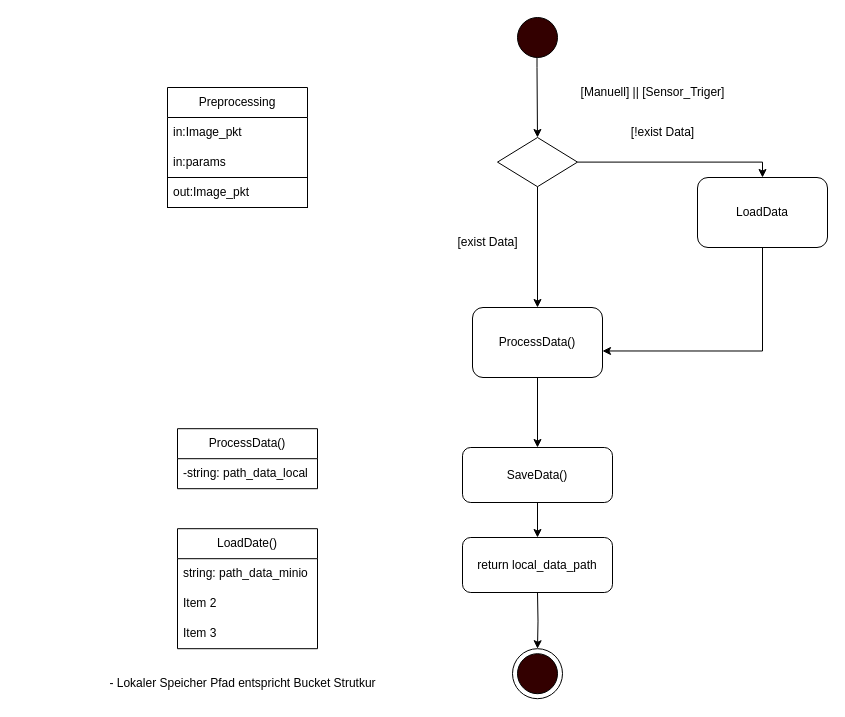
Above: page "Preprocessing" (4 of 13) of Segmentierung.drawio in aquamas/diagrams (draw.io), before the change. Source tidied: cells renumbered, new cells numbered last; positions are measured from the earlier drawing's top-left corner, leaving out a move shared by most shapes. Both pictures are drawn from the tidied source at 100%, with x=0, y=0 at pixel (97, 17).
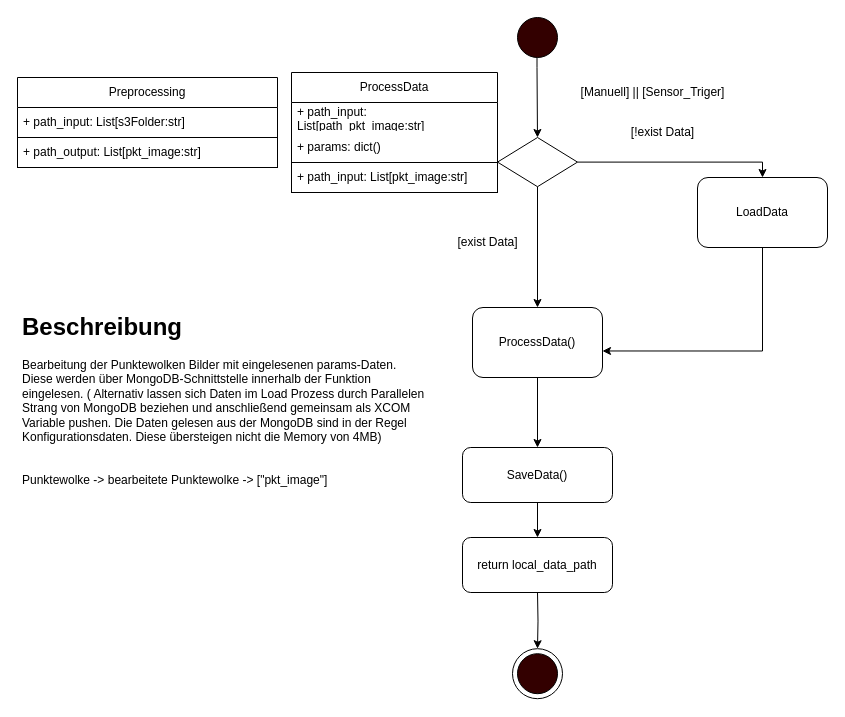
The same page after the edit.

Diff of the diagram source:
```diff
@@
-    <mxCell id="13" value="ProcessData()" style="swimlane;fontStyle=0;horizontal=1;startSize=30;whiteSpace=wrap;html=1;" parent="1" vertex="1">
-      <mxGeometry x="80" y="411.2" width="140" height="60" as="geometry" />
-    </mxCell>
-    <mxCell id="14" value="-string: path_data_local" style="text;strokeColor=none;fillColor=none;align=left;verticalAlign=middle;spacingLeft=4;spacingRight=4;overflow=hidden;whiteSpace=wrap;html=1;" parent="13" vertex="1">
-      <mxGeometry y="30" width="140" height="30" as="geometry" />
-    </mxCell>
@@
-    <mxCell id="16" value="LoadDate()" style="swimlane;fontStyle=0;horizontal=1;startSize=30;whiteSpace=wrap;html=1;" parent="1" vertex="1">
-      <mxGeometry x="80" y="511.2" width="140" height="120" as="geometry" />
-    </mxCell>
-    <mxCell id="17" value="string: path_data_minio" style="text;strokeColor=none;fillColor=none;align=left;verticalAlign=middle;spacingLeft=4;spacingRight=4;overflow=hidden;whiteSpace=wrap;html=1;" parent="16" vertex="1">
-      <mxGeometry y="30" width="140" height="30" as="geometry" />
-    </mxCell>
-    <mxCell id="18" value="Item 2" style="text;strokeColor=none;fillColor=none;align=left;verticalAlign=middle;spacingLeft=4;spacingRight=4;overflow=hidden;whiteSpace=wrap;html=1;" parent="16" vertex="1">
-      <mxGeometry y="60" width="140" height="30" as="geometry" />
-    </mxCell>
-    <mxCell id="19" value="Item 3" style="text;strokeColor=none;fillColor=none;align=left;verticalAlign=middle;spacingLeft=4;spacingRight=4;overflow=hidden;whiteSpace=wrap;html=1;" parent="16" vertex="1">
-      <mxGeometry y="90" width="140" height="30" as="geometry" />
-    </mxCell>
-    <mxCell id="20" value="- Lokaler Speicher Pfad entspricht Bucket Strutkur" style="text;html=1;align=center;verticalAlign=middle;strokeColor=none;fillColor=none;" parent="1" vertex="1">
-      <mxGeometry y="651.2" width="290" height="30" as="geometry" />
-    </mxCell>
@@
     <mxCell id="27" value="Preprocessing" style="swimlane;fontStyle=0;horizontal=1;startSize=30;whiteSpace=wrap;html=1;" parent="1" vertex="1">
-      <mxGeometry x="70" y="70" width="140" height="120" as="geometry" />
+      <mxGeometry x="-80" y="60" width="260" height="90" as="geometry" />
     </mxCell>
-    <mxCell id="28" value="in:Image_pkt" style="text;align=left;verticalAlign=middle;spacingLeft=4;spacingRight=4;overflow=hidden;whiteSpace=wrap;html=1;strokeWidth=1;imageAspect=1;strokeColor=none;perimeterSpacing=0;shadow=0;" parent="27" vertex="1">
-      <mxGeometry y="30" width="140" height="30" as="geometry" />
+    <mxCell id="28" value="+ path_input: List[s3Folder:str]" style="text;align=left;verticalAlign=middle;spacingLeft=4;spacingRight=4;overflow=hidden;whiteSpace=wrap;html=1;strokeWidth=1;imageAspect=1;strokeColor=none;perimeterSpacing=0;shadow=0;" parent="27" vertex="1">
+      <mxGeometry y="30" width="260" height="30" as="geometry" />
     </mxCell>
-    <mxCell id="29" value="in:params" style="text;align=left;verticalAlign=middle;spacingLeft=4;spacingRight=4;overflow=hidden;whiteSpace=wrap;html=1;strokeWidth=1;imageAspect=1;strokeColor=none;perimeterSpacing=0;shadow=0;" parent="27" vertex="1">
-      <mxGeometry y="60" width="140" height="30" as="geometry" />
-    </mxCell>
-    <mxCell id="30" value="out:Image_pkt" style="text;align=left;verticalAlign=middle;spacingLeft=4;spacingRight=4;overflow=hidden;whiteSpace=wrap;html=1;strokeWidth=1;imageAspect=1;strokeColor=default;perimeterSpacing=0;shadow=0;" parent="27" vertex="1">
-      <mxGeometry y="90" width="140" height="30" as="geometry" />
-    </mxCell>
+    <mxCell id="31" value="+ path_output: List[pkt_image:str]" style="text;align=left;verticalAlign=middle;spacingLeft=4;spacingRight=4;overflow=hidden;whiteSpace=wrap;html=1;strokeWidth=1;imageAspect=1;strokeColor=default;perimeterSpacing=0;shadow=0;" parent="27" vertex="1">
+      <mxGeometry y="60" width="260" height="30" as="geometry" />
+    </mxCell>
+    <mxCell id="32" value="&lt;h1&gt;Beschreibung&lt;/h1&gt;&lt;div&gt;Bearbeitung der Punktewolken Bilder mit eingelesenen params-Daten.&lt;br&gt;Diese werden über MongoDB-Schnittstelle innerhalb der Funktion eingelesen. ( Alternativ lassen sich Daten im Load Prozess durch Parallelen Strang von MongoDB beziehen und anschließend gemeinsam als XCOM Variable pushen. Die Daten gelesen aus der MongoDB sind in der Regel Konfigurationsdaten. Diese übersteigen nicht die Memory von 4MB)&lt;/div&gt;&lt;div&gt;&lt;br&gt;&lt;/div&gt;&lt;div&gt;&lt;br&gt;&lt;/div&gt;&lt;div&gt;Punktewolke -&amp;gt; bearbeitete Punktewolke -&amp;gt; [&quot;pkt_image&quot;]&lt;/div&gt;&lt;div&gt;&lt;br&gt;&lt;/div&gt;" style="text;html=1;strokeColor=none;fillColor=none;spacing=5;spacingTop=-20;whiteSpace=wrap;overflow=hidden;rounded=0;" parent="1" vertex="1">
+      <mxGeometry x="-80" y="290" width="420" height="220" as="geometry" />
+    </mxCell>
+    <mxCell id="33" value="ProcessData" style="swimlane;fontStyle=0;horizontal=1;startSize=30;whiteSpace=wrap;html=1;" parent="1" vertex="1">
+      <mxGeometry x="194" y="55" width="206" height="120" as="geometry" />
+    </mxCell>
+    <mxCell id="34" value="+ path_input: List[path_pkt_image:str]" style="text;align=left;verticalAlign=middle;spacingLeft=4;spacingRight=4;overflow=hidden;whiteSpace=wrap;html=1;strokeWidth=1;imageAspect=1;strokeColor=none;perimeterSpacing=0;shadow=0;" parent="33" vertex="1">
+      <mxGeometry y="30" width="206" height="30" as="geometry" />
+    </mxCell>
+    <mxCell id="35" value="+ params: dict()" style="text;align=left;verticalAlign=middle;spacingLeft=4;spacingRight=4;overflow=hidden;whiteSpace=wrap;html=1;strokeWidth=1;imageAspect=1;strokeColor=none;perimeterSpacing=0;shadow=0;" parent="33" vertex="1">
+      <mxGeometry y="60" width="206" height="30" as="geometry" />
+    </mxCell>
+    <mxCell id="36" value="+ path_input: List[pkt_image:str]" style="text;align=left;verticalAlign=middle;spacingLeft=4;spacingRight=4;overflow=hidden;whiteSpace=wrap;html=1;strokeWidth=1;imageAspect=1;strokeColor=default;perimeterSpacing=0;shadow=0;" parent="33" vertex="1">
+      <mxGeometry y="90" width="206" height="30" as="geometry" />
+    </mxCell>
```
